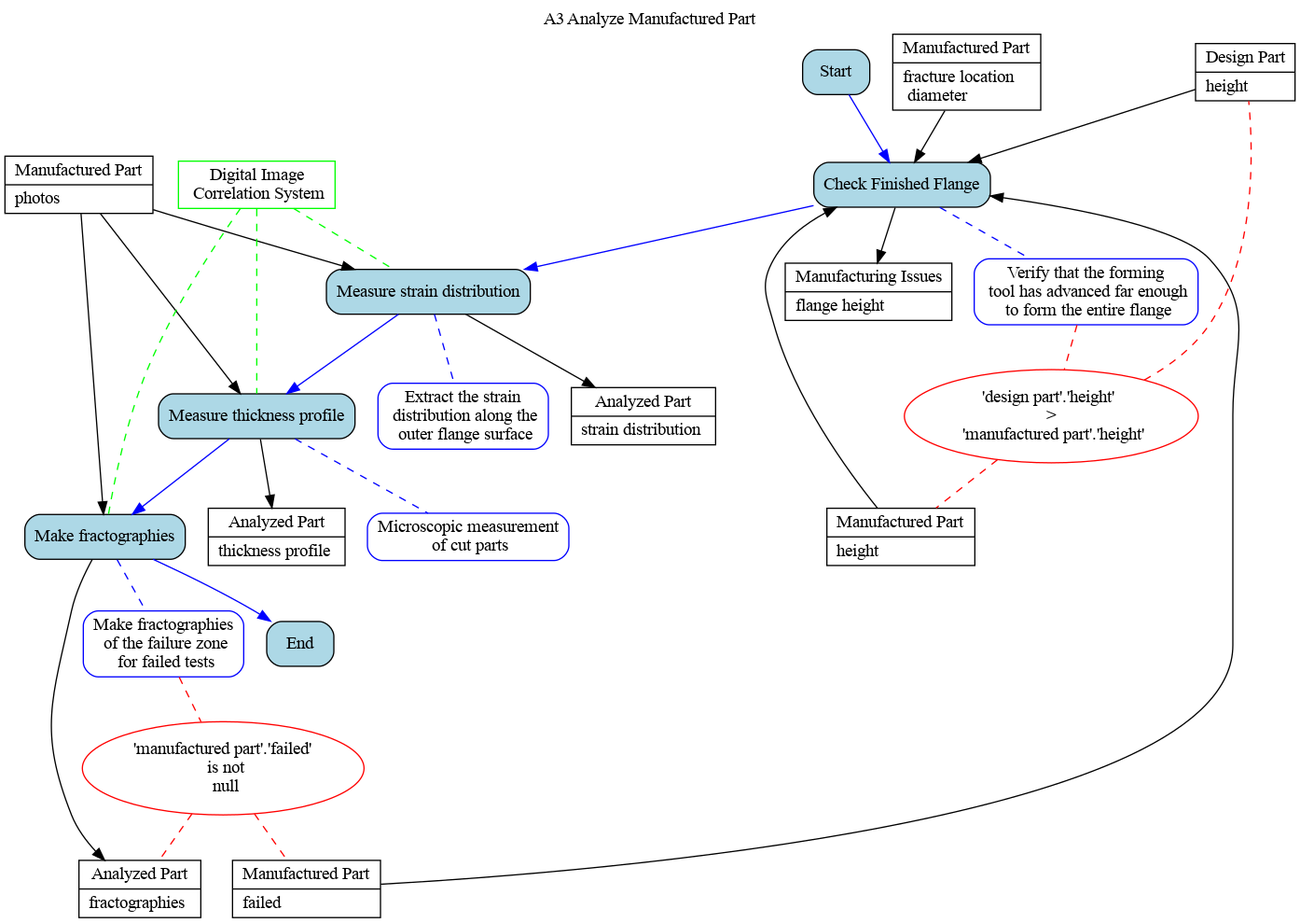
Above: Ontology_Layer/Behaviour_Model/07_A3.gv.png in ModelsforManufacturing/hole-flanging-by-SPIF-in-a-single-stage (Graphviz), before the change. Its source is kept beside it as Ontology_Layer/Behaviour_Model/07_A3.gv.
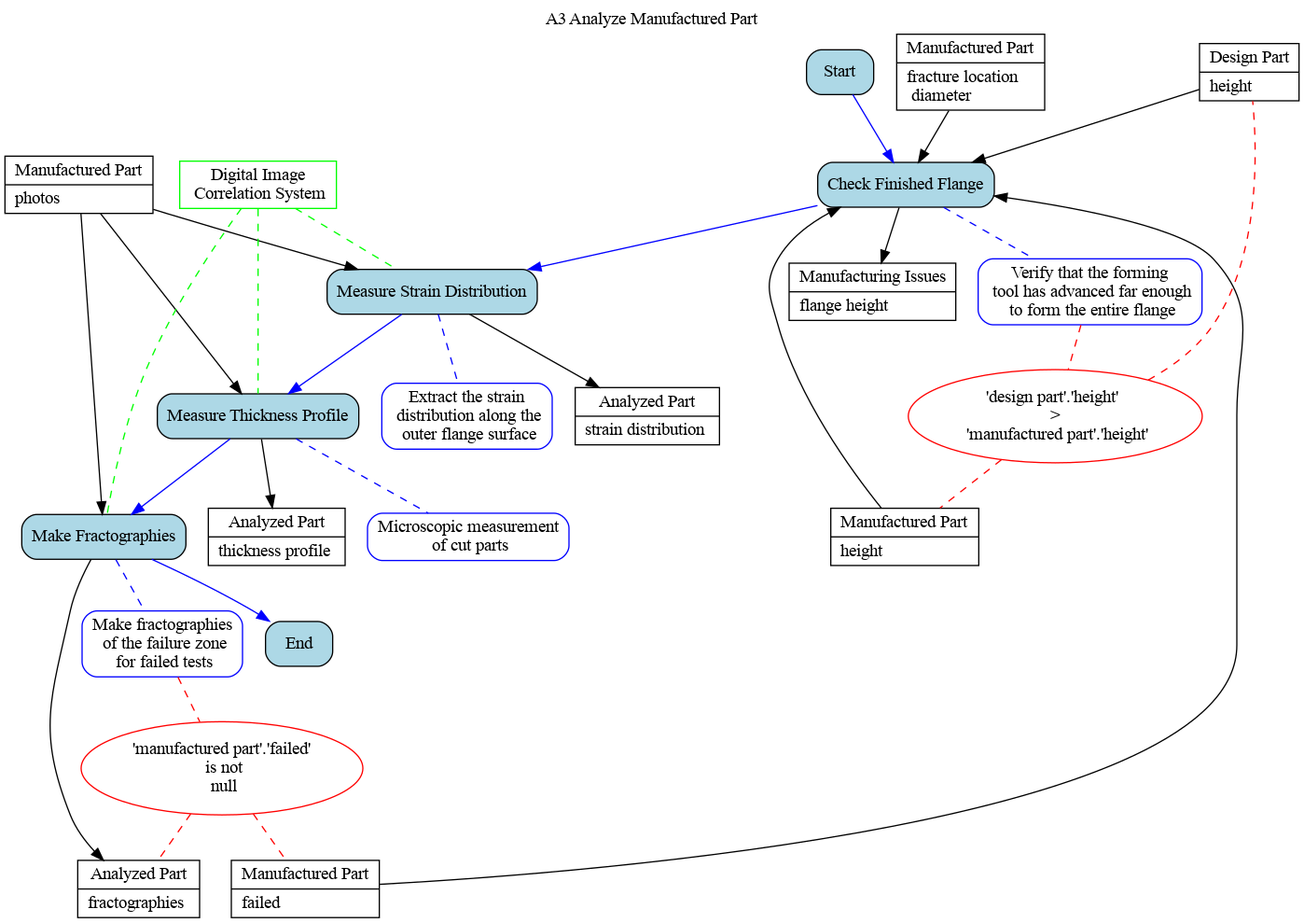
Later version of the same file.

Change to the diagram source:
```diff
@@ -21,9 +21,9 @@
 node [shape=box, style="filled, rounded", fillcolor=lightblue, color=black]
 Start
 t1 [label="Check Finished Flange"]
-t2 [label="Measure strain distribution"]
-t3 [label="Measure thickness profile"]
-t4 [label="Make fractographies"]
+t2 [label="Measure Strain Distribution"]
+t3 [label="Measure Thickness Profile"]
+t4 [label="Make Fractographies"]
 End
 
 node [shape=box, style="filled, rounded", fillcolor=white, color=blue]
```
